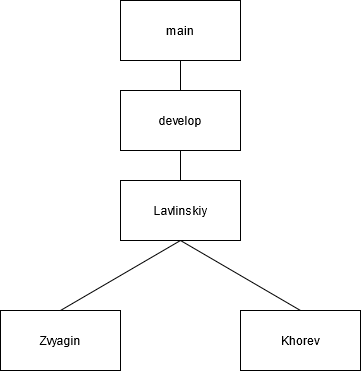
BASTION8/Project_201-351 keeps this draw.io diagram as Structure.png. Above is the earlier version. Source tidied: cells renumbered, new cells last; positions are measured from the earlier drawing's top-left corner, leaving out a move shared by most shapes. Its diagram source:
```xml
<mxGraphModel>
  <root>
    <mxCell id="0" />
    <mxCell id="1" parent="0" />
    <mxCell id="2" value="main" style="rounded=0;whiteSpace=wrap;html=1;" parent="1" vertex="1">
      <mxGeometry x="120" width="120" height="60" as="geometry" />
    </mxCell>
    <mxCell id="3" style="endArrow=none;html=1;entryX=0.5;entryY=1;entryDx=0;entryDy=0;exitX=0.5;exitY=0;exitDx=0;exitDy=0;" parent="1" edge="1" source="4" target="2">
      <mxGeometry relative="1" as="geometry" />
    </mxCell>
    <mxCell id="4" value="develop" style="rounded=0;whiteSpace=wrap;html=1;" parent="1" vertex="1">
      <mxGeometry x="120" y="90" width="120" height="60" as="geometry" />
    </mxCell>
    <mxCell id="5" value="Zvyagin" style="rounded=0;whiteSpace=wrap;html=1;" parent="1" vertex="1">
      <mxGeometry y="310" width="120" height="60" as="geometry" />
    </mxCell>
    <mxCell id="6" value="Khorev" style="rounded=0;whiteSpace=wrap;html=1;" parent="1" vertex="1">
      <mxGeometry x="240" y="310" width="120" height="60" as="geometry" />
    </mxCell>
    <mxCell id="7" value="Lavlinskiy" style="rounded=0;whiteSpace=wrap;html=1;" parent="1" vertex="1">
      <mxGeometry x="120" y="180" width="120" height="60" as="geometry" />
    </mxCell>
    <mxCell id="8" style="endArrow=none;html=1;entryX=0.5;entryY=1;entryDx=0;entryDy=0;exitX=0.5;exitY=0;exitDx=0;exitDy=0;" parent="1" edge="1" source="7" target="4">
      <mxGeometry relative="1" as="geometry" />
    </mxCell>
    <mxCell id="9" style="endArrow=none;html=1;entryX=0.5;entryY=1;entryDx=0;entryDy=0;exitX=0.5;exitY=0;exitDx=0;exitDy=0;" parent="1" edge="1" source="5" target="7">
      <mxGeometry relative="1" as="geometry" />
    </mxCell>
    <mxCell id="10" style="endArrow=none;html=1;entryX=0.5;entryY=1;entryDx=0;entryDy=0;exitX=0.5;exitY=0;exitDx=0;exitDy=0;" parent="1" edge="1" source="6" target="7">
      <mxGeometry relative="1" as="geometry" />
    </mxCell>
  </root>
</mxGraphModel>
```
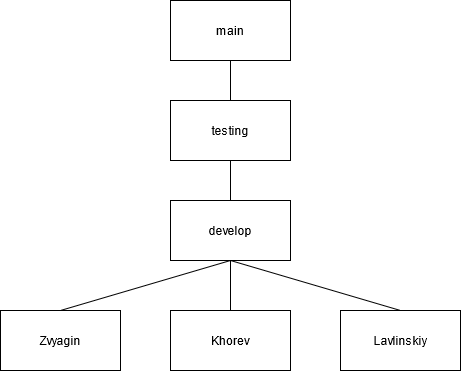
Later version of the same file.

Change to the diagram source:
```diff
@@ -5,29 +5,35 @@
     <mxCell id="2" value="main" style="rounded=0;whiteSpace=wrap;html=1;" parent="1" vertex="1">
       <mxGeometry x="120" width="120" height="60" as="geometry" />
     </mxCell>
-    <mxCell id="3" style="endArrow=none;html=1;entryX=0.5;entryY=1;entryDx=0;entryDy=0;exitX=0.5;exitY=0;exitDx=0;exitDy=0;" parent="1" edge="1" source="4" target="2">
-      <mxGeometry relative="1" as="geometry" />
-    </mxCell>
     <mxCell id="4" value="develop" style="rounded=0;whiteSpace=wrap;html=1;" parent="1" vertex="1">
-      <mxGeometry x="120" y="90" width="120" height="60" as="geometry" />
+      <mxGeometry x="120" y="200" width="120" height="60" as="geometry" />
     </mxCell>
     <mxCell id="5" value="Zvyagin" style="rounded=0;whiteSpace=wrap;html=1;" parent="1" vertex="1">
-      <mxGeometry y="310" width="120" height="60" as="geometry" />
+      <mxGeometry x="-50" y="310" width="120" height="60" as="geometry" />
     </mxCell>
     <mxCell id="6" value="Khorev" style="rounded=0;whiteSpace=wrap;html=1;" parent="1" vertex="1">
-      <mxGeometry x="240" y="310" width="120" height="60" as="geometry" />
+      <mxGeometry x="120" y="310" width="120" height="60" as="geometry" />
     </mxCell>
     <mxCell id="7" value="Lavlinskiy" style="rounded=0;whiteSpace=wrap;html=1;" parent="1" vertex="1">
-      <mxGeometry x="120" y="180" width="120" height="60" as="geometry" />
+      <mxGeometry x="290" y="310" width="120" height="60" as="geometry" />
     </mxCell>
-    <mxCell id="8" style="endArrow=none;html=1;entryX=0.5;entryY=1;entryDx=0;entryDy=0;exitX=0.5;exitY=0;exitDx=0;exitDy=0;" parent="1" edge="1" source="7" target="4">
-      <mxGeometry relative="1" as="geometry" />
-    </mxCell>
-    <mxCell id="9" style="endArrow=none;html=1;entryX=0.5;entryY=1;entryDx=0;entryDy=0;exitX=0.5;exitY=0;exitDx=0;exitDy=0;" parent="1" edge="1" source="5" target="7">
-      <mxGeometry relative="1" as="geometry" />
-    </mxCell>
-    <mxCell id="10" style="endArrow=none;html=1;entryX=0.5;entryY=1;entryDx=0;entryDy=0;exitX=0.5;exitY=0;exitDx=0;exitDy=0;" parent="1" edge="1" source="6" target="7">
-      <mxGeometry relative="1" as="geometry" />
-    </mxCell>
+    <mxCell id="11" value="testing" style="rounded=0;whiteSpace=wrap;html=1;" parent="1" vertex="1">
+      <mxGeometry x="120" y="100" width="120" height="60" as="geometry" />
+    </mxCell>
+    <mxCell id="12" style="endArrow=none;html=1;entryX=0.5;entryY=1;entryDx=0;entryDy=0;exitX=0.5;exitY=0;exitDx=0;exitDy=0;" parent="1" edge="1" source="11" target="2">
+      <mxGeometry relative="1" as="geometry" />
+    </mxCell>
+    <mxCell id="13" style="endArrow=none;html=1;entryX=0.5;entryY=1;entryDx=0;entryDy=0;exitX=0.5;exitY=0;exitDx=0;exitDy=0;" parent="1" edge="1" source="4" target="11">
+      <mxGeometry relative="1" as="geometry" />
+    </mxCell>
+    <mxCell id="14" style="endArrow=none;html=1;entryX=0.5;entryY=1;entryDx=0;entryDy=0;exitX=0.5;exitY=0;exitDx=0;exitDy=0;" parent="1" edge="1" source="5" target="4">
+      <mxGeometry relative="1" as="geometry" />
+    </mxCell>
+    <mxCell id="15" style="endArrow=none;html=1;exitX=0.5;exitY=1;exitDx=0;exitDy=0;entryX=0.5;entryY=0;entryDx=0;entryDy=0;" parent="1" edge="1" source="4" target="7">
+      <mxGeometry relative="1" as="geometry" />
+    </mxCell>
+    <mxCell id="16" style="endArrow=none;html=1;entryX=0.5;entryY=1;entryDx=0;entryDy=0;" parent="1" edge="1" source="6" target="4">
+      <mxGeometry relative="1" as="geometry" />
+    </mxCell>
   </root>
 </mxGraphModel>
```
